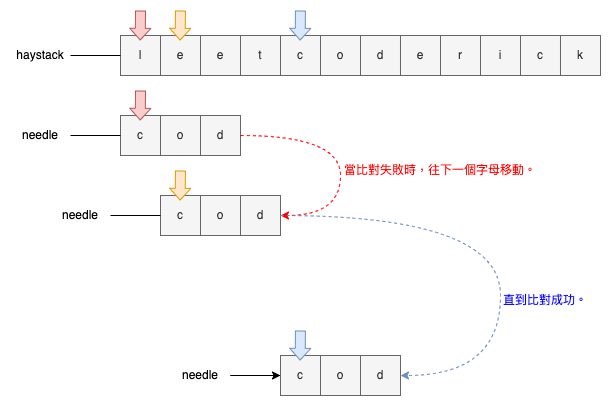
Above: pics/0028_find_the_index_of_the_first_occurrence_in_a_string_brute_force.png in rickbsr/example-leetcode (draw.io), before the change. Source tidied: cells renumbered, new cells last; positions are measured from the earlier drawing's top-left corner, leaving out a move shared by most shapes.
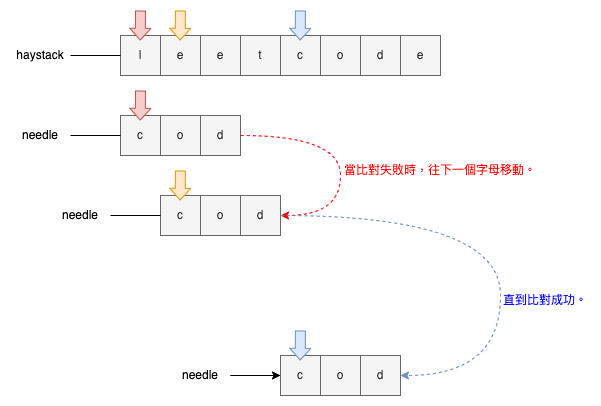
Above is the later version.

The edit, as a diff of the source:
```diff
@@ -14,12 +14,6 @@
     <mxCell id="5" value="d" style="rounded=0;whiteSpace=wrap;html=1;fillColor=#f5f5f5;fontColor=#333333;strokeColor=#666666;" parent="1" vertex="1">
       <mxGeometry x="350" y="25" width="40" height="40" as="geometry" />
     </mxCell>
-    <mxCell id="6" value="i" style="rounded=0;whiteSpace=wrap;html=1;fillColor=#f5f5f5;fontColor=#333333;strokeColor=#666666;" parent="1" vertex="1">
-      <mxGeometry x="470" y="25" width="40" height="40" as="geometry" />
-    </mxCell>
-    <mxCell id="7" value="c" style="rounded=0;whiteSpace=wrap;html=1;fillColor=#f5f5f5;fontColor=#333333;strokeColor=#666666;" parent="1" vertex="1">
-      <mxGeometry x="510" y="25" width="40" height="40" as="geometry" />
-    </mxCell>
     <mxCell id="8" value="l" style="rounded=0;whiteSpace=wrap;html=1;fillColor=#f5f5f5;fontColor=#333333;strokeColor=#666666;" parent="1" vertex="1">
       <mxGeometry x="110" y="25" width="40" height="40" as="geometry" />
     </mxCell>
@@ -32,12 +26,6 @@
     <mxCell id="11" value="e" style="rounded=0;whiteSpace=wrap;html=1;fillColor=#f5f5f5;fontColor=#333333;strokeColor=#666666;" parent="1" vertex="1">
       <mxGeometry x="390" y="25" width="40" height="40" as="geometry" />
     </mxCell>
-    <mxCell id="12" value="r" style="rounded=0;whiteSpace=wrap;html=1;fillColor=#f5f5f5;fontColor=#333333;strokeColor=#666666;" parent="1" vertex="1">
-      <mxGeometry x="430" y="25" width="40" height="40" as="geometry" />
-    </mxCell>
-    <mxCell id="13" value="k" style="rounded=0;whiteSpace=wrap;html=1;fillColor=#f5f5f5;fontColor=#333333;strokeColor=#666666;" parent="1" vertex="1">
-      <mxGeometry x="550" y="25" width="40" height="40" as="geometry" />
-    </mxCell>
     <mxCell id="14" style="edgeStyle=orthogonalEdgeStyle;rounded=0;jettySize=auto;html=1;exitX=1;exitY=0.5;exitDx=0;exitDy=0;entryX=0;entryY=0.5;entryDx=0;entryDy=0;endArrow=none;endFill=0;" parent="1" edge="1" source="15" target="8">
       <mxGeometry relative="1" as="geometry" />
     </mxCell>
```
